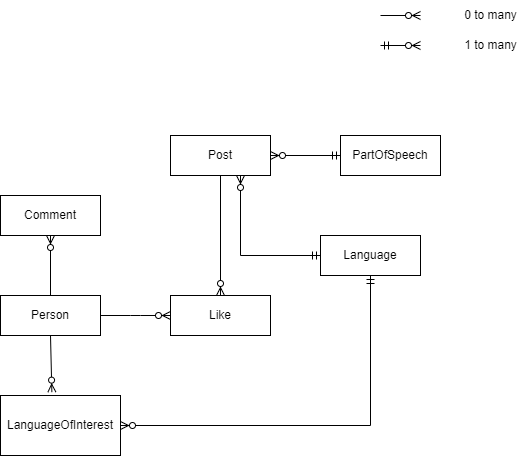
This is EntityDiagram.drawio.png from manas-droid/Vocabulary-Application, a draw.io export, as it was before one commit. Source tidied: cells renumbered, new cells last; positions are measured from the earlier drawing's top-left corner, leaving out a move shared by most shapes. Source of this version:
```xml
<mxGraphModel>
  <root>
    <mxCell id="0" />
    <mxCell id="1" parent="0" />
    <mxCell id="2" value="Post" style="whiteSpace=wrap;html=1;align=center;" parent="1" vertex="1">
      <mxGeometry x="170" y="135" width="100" height="40" as="geometry" />
    </mxCell>
    <mxCell id="3" value="Person" style="whiteSpace=wrap;html=1;align=center;" parent="1" vertex="1">
      <mxGeometry y="295" width="100" height="40" as="geometry" />
    </mxCell>
    <mxCell id="4" value="Like" style="whiteSpace=wrap;html=1;align=center;" parent="1" vertex="1">
      <mxGeometry x="170" y="295" width="100" height="40" as="geometry" />
    </mxCell>
    <mxCell id="5" value="Comment" style="whiteSpace=wrap;html=1;align=center;" parent="1" vertex="1">
      <mxGeometry y="195" width="100" height="40" as="geometry" />
    </mxCell>
    <mxCell id="6" value="Language" style="whiteSpace=wrap;html=1;align=center;" parent="1" vertex="1">
      <mxGeometry x="320" y="235" width="100" height="40" as="geometry" />
    </mxCell>
    <mxCell id="7" value="LanguageOfInterest" style="whiteSpace=wrap;html=1;align=center;" parent="1" vertex="1">
      <mxGeometry y="395" width="120" height="60" as="geometry" />
    </mxCell>
    <mxCell id="8" value="PartOfSpeech" style="whiteSpace=wrap;html=1;align=center;" parent="1" vertex="1">
      <mxGeometry x="340" y="135" width="100" height="40" as="geometry" />
    </mxCell>
    <mxCell id="9" style="edgeStyle=entityRelationEdgeStyle;fontSize=12;html=1;endArrow=ERzeroToMany;endFill=1;rounded=0;entryX=0;entryY=0.5;entryDx=0;entryDy=0;" parent="1" edge="1" target="4">
      <mxGeometry relative="1" as="geometry">
        <mxPoint x="100" y="315" as="sourcePoint" />
      </mxGeometry>
    </mxCell>
    <mxCell id="10" style="fontSize=12;html=1;endArrow=ERzeroToMany;endFill=1;rounded=0;exitX=0.5;exitY=0;exitDx=0;exitDy=0;" parent="1" edge="1" source="3">
      <mxGeometry relative="1" as="geometry">
        <mxPoint x="50" y="235" as="targetPoint" />
      </mxGeometry>
    </mxCell>
    <mxCell id="11" style="fontSize=12;html=1;endArrow=ERzeroToMany;endFill=1;rounded=0;exitX=0.5;exitY=1;exitDx=0;exitDy=0;entryX=0.5;entryY=0;entryDx=0;entryDy=0;" parent="1" edge="1" source="2" target="4">
      <mxGeometry relative="1" as="geometry" />
    </mxCell>
    <mxCell id="12" style="fontSize=12;html=1;endArrow=ERzeroToMany;startArrow=ERmandOne;rounded=0;exitX=0;exitY=0.5;exitDx=0;exitDy=0;entryX=1;entryY=0.5;entryDx=0;entryDy=0;" parent="1" edge="1" source="8" target="2">
      <mxGeometry relative="1" as="geometry" />
    </mxCell>
    <mxCell id="13" style="fontSize=12;html=1;endArrow=ERzeroToMany;startArrow=ERmandOne;rounded=0;exitX=0;exitY=0.5;exitDx=0;exitDy=0;" parent="1" edge="1" source="6">
      <mxGeometry relative="1" as="geometry">
        <mxPoint x="240" y="175" as="targetPoint" />
        <Array as="points">
          <mxPoint x="240" y="255" />
        </Array>
      </mxGeometry>
    </mxCell>
    <mxCell id="14" style="fontSize=12;html=1;endArrow=ERzeroToMany;endFill=1;rounded=0;exitX=0.5;exitY=1;exitDx=0;exitDy=0;entryX=0.428;entryY=-0.056;entryDx=0;entryDy=0;entryPerimeter=0;" parent="1" edge="1" source="3" target="7">
      <mxGeometry relative="1" as="geometry" />
    </mxCell>
    <mxCell id="15" style="fontSize=12;html=1;endArrow=ERzeroToMany;startArrow=ERmandOne;rounded=0;entryX=1;entryY=0.5;entryDx=0;entryDy=0;exitX=0.5;exitY=1;exitDx=0;exitDy=0;" parent="1" edge="1" source="6" target="7">
      <mxGeometry relative="1" as="geometry">
        <Array as="points">
          <mxPoint x="370" y="425" />
        </Array>
      </mxGeometry>
    </mxCell>
    <mxCell id="16" style="fontSize=12;html=1;endArrow=ERzeroToMany;endFill=1;rounded=0;" parent="1" edge="1">
      <mxGeometry relative="1" as="geometry">
        <mxPoint x="380" y="15" as="sourcePoint" />
        <mxPoint x="420" y="15" as="targetPoint" />
      </mxGeometry>
    </mxCell>
    <mxCell id="17" value="0 to many" style="text;html=1;align=center;verticalAlign=middle;strokeColor=none;fillColor=none;" parent="1" vertex="1">
      <mxGeometry x="450" width="80" height="30" as="geometry" />
    </mxCell>
    <mxCell id="18" style="edgeStyle=entityRelationEdgeStyle;fontSize=12;html=1;endArrow=ERzeroToMany;startArrow=ERmandOne;rounded=0;" parent="1" edge="1">
      <mxGeometry relative="1" as="geometry">
        <mxPoint x="380" y="45" as="sourcePoint" />
        <mxPoint x="420" y="45" as="targetPoint" />
      </mxGeometry>
    </mxCell>
    <mxCell id="19" value="1 to many" style="text;html=1;align=center;verticalAlign=middle;strokeColor=none;fillColor=none;" parent="1" vertex="1">
      <mxGeometry x="450" y="30" width="80" height="30" as="geometry" />
    </mxCell>
  </root>
</mxGraphModel>
```
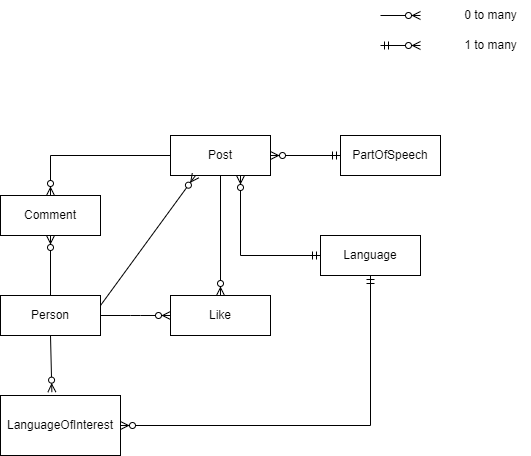
The same file after the commit.

The edit, as a diff of the source:
```diff
@@ -75,5 +75,15 @@
     <mxCell id="19" value="1 to many" style="text;html=1;align=center;verticalAlign=middle;strokeColor=none;fillColor=none;" parent="1" vertex="1">
       <mxGeometry x="450" y="30" width="80" height="30" as="geometry" />
     </mxCell>
+    <mxCell id="20" style="fontSize=12;html=1;endArrow=ERzeroToMany;endFill=1;rounded=0;exitX=0;exitY=0.5;exitDx=0;exitDy=0;entryX=0.5;entryY=0;entryDx=0;entryDy=0;" parent="1" edge="1" source="2" target="5">
+      <mxGeometry relative="1" as="geometry">
+        <Array as="points">
+          <mxPoint x="50" y="155" />
+        </Array>
+      </mxGeometry>
+    </mxCell>
+    <mxCell id="21" style="fontSize=12;html=1;endArrow=ERzeroToMany;endFill=1;rounded=0;exitX=1;exitY=0.25;exitDx=0;exitDy=0;entryX=0.25;entryY=1;entryDx=0;entryDy=0;" parent="1" edge="1" source="3" target="2">
+      <mxGeometry relative="1" as="geometry" />
+    </mxCell>
   </root>
 </mxGraphModel>
```
